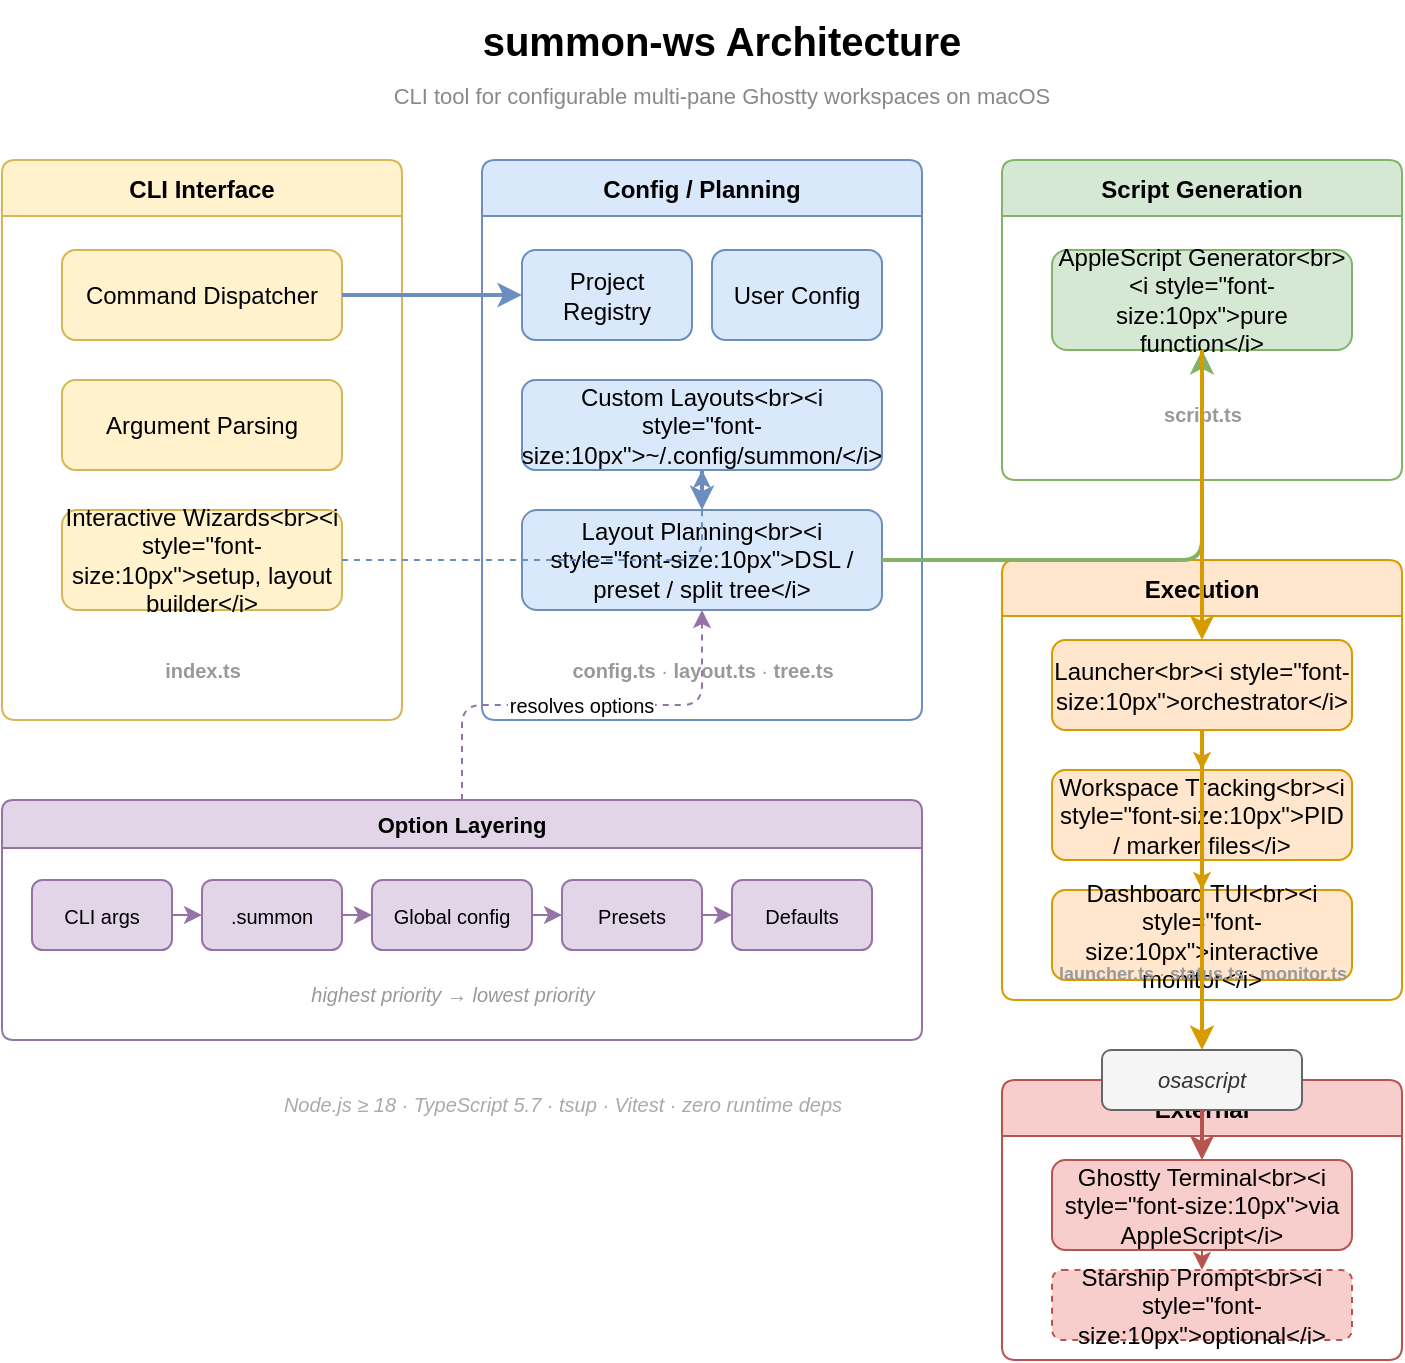
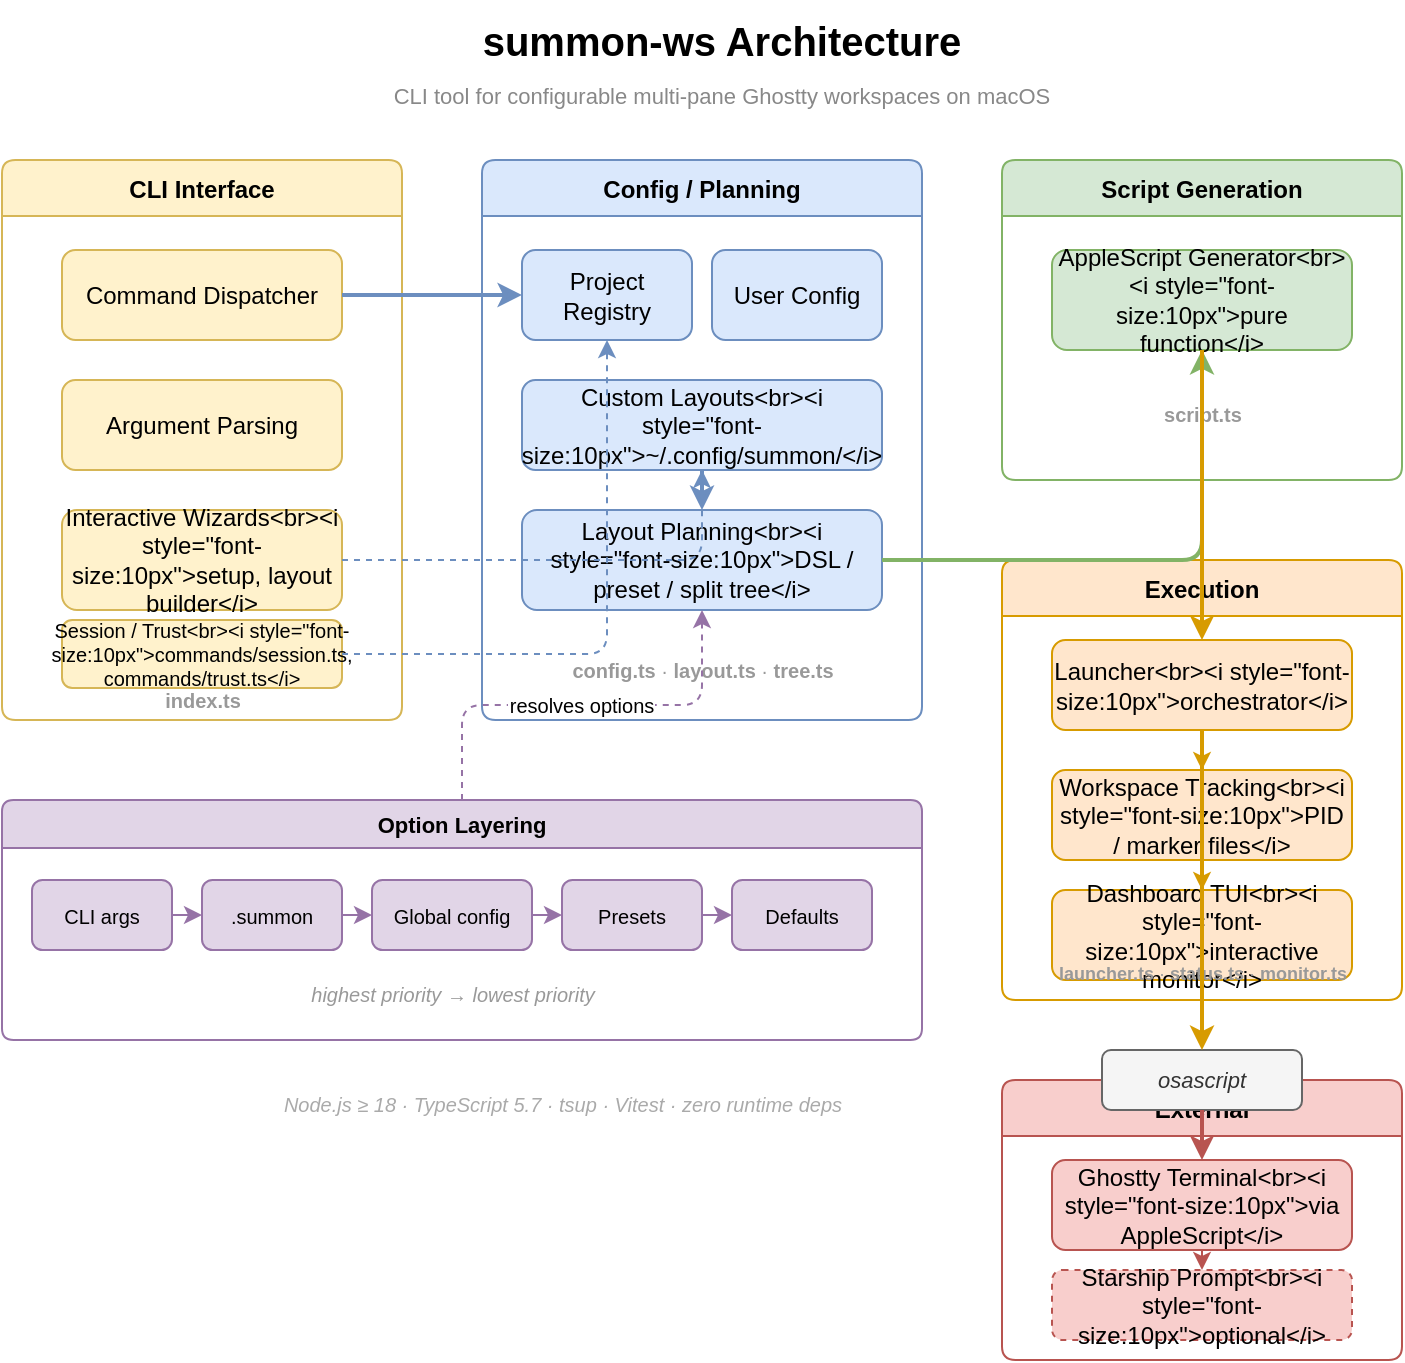
<mxGraphModel adaptiveColors="auto">
  <root>
    <mxCell id="0"/>
    <mxCell id="1" parent="0"/>
    <mxCell id="title" value="summon-ws Architecture" style="text;html=1;fontSize=20;fontStyle=1;align=center;verticalAlign=middle;whiteSpace=wrap;fillColor=none;strokeColor=none;" vertex="1" parent="1">
      <mxGeometry x="180" y="20" width="440" height="40" as="geometry"/>
    </mxCell>
    <mxCell id="subtitle" value="CLI tool for configurable multi-pane Ghostty workspaces on macOS" style="text;html=1;fontSize=11;align=center;verticalAlign=middle;whiteSpace=wrap;fillColor=none;strokeColor=none;fontColor=#888888;" vertex="1" parent="1">
      <mxGeometry x="180" y="55" width="440" height="25" as="geometry"/>
    </mxCell>
    <mxCell id="lane_cli" value="CLI Interface" style="swimlane;startSize=28;fillColor=#fff2cc;strokeColor=#d6b656;rounded=1;arcSize=8;fontStyle=1;fontSize=12;swimlaneLine=1;" vertex="1" parent="1">
      <mxGeometry x="40" y="100" width="200" height="280" as="geometry"/>
    </mxCell>
    <mxCell id="cli_dispatch" value="Command Dispatcher" style="rounded=1;whiteSpace=wrap;fillColor=#fff2cc;strokeColor=#d6b656;" vertex="1" parent="lane_cli">
      <mxGeometry x="30" y="45" width="140" height="45" as="geometry"/>
    </mxCell>
    <mxCell id="cli_args" value="Argument Parsing" style="rounded=1;whiteSpace=wrap;fillColor=#fff2cc;strokeColor=#d6b656;" vertex="1" parent="lane_cli">
      <mxGeometry x="30" y="110" width="140" height="45" as="geometry"/>
    </mxCell>
    <mxCell id="cli_wizard" value="Interactive Wizards&lt;br&gt;&lt;i style=&quot;font-size:10px&quot;&gt;setup, layout builder&lt;/i&gt;" style="rounded=1;whiteSpace=wrap;fillColor=#fff2cc;strokeColor=#d6b656;" vertex="1" parent="lane_cli">
      <mxGeometry x="30" y="175" width="140" height="50" as="geometry"/>
    </mxCell>
+     <mxCell id="cli_session_trust" value="Session / Trust&lt;br&gt;&lt;i style=&quot;font-size:10px&quot;&gt;commands/session.ts, commands/trust.ts&lt;/i&gt;" style="rounded=1;whiteSpace=wrap;fillColor=#fff2cc;strokeColor=#d6b656;fontSize=10;" vertex="1" parent="lane_cli">
+       <mxGeometry x="30" y="230" width="140" height="34" as="geometry"/>
+     </mxCell>
    <mxCell id="cli_file" value="&lt;b&gt;index.ts&lt;/b&gt;" style="text;html=1;fontSize=10;align=center;fillColor=none;strokeColor=none;fontColor=#999999;" vertex="1" parent="lane_cli">
-       <mxGeometry x="50" y="243" width="100" height="20" as="geometry"/>
+       <mxGeometry x="50" y="258" width="100" height="18" as="geometry"/>
    </mxCell>
    <mxCell id="lane_config" value="Config / Planning" style="swimlane;startSize=28;fillColor=#dae8fc;strokeColor=#6c8ebf;rounded=1;arcSize=8;fontStyle=1;fontSize=12;swimlaneLine=1;" vertex="1" parent="1">
      <mxGeometry x="280" y="100" width="220" height="280" as="geometry"/>
    </mxCell>
    <mxCell id="config_registry" value="Project Registry" style="rounded=1;whiteSpace=wrap;fillColor=#dae8fc;strokeColor=#6c8ebf;" vertex="1" parent="lane_config">
      <mxGeometry x="20" y="45" width="85" height="45" as="geometry"/>
    </mxCell>
    <mxCell id="config_user" value="User Config" style="rounded=1;whiteSpace=wrap;fillColor=#dae8fc;strokeColor=#6c8ebf;" vertex="1" parent="lane_config">
      <mxGeometry x="115" y="45" width="85" height="45" as="geometry"/>
    </mxCell>
    <mxCell id="config_layouts" value="Custom Layouts&lt;br&gt;&lt;i style=&quot;font-size:10px&quot;&gt;~/.config/summon/&lt;/i&gt;" style="rounded=1;whiteSpace=wrap;fillColor=#dae8fc;strokeColor=#6c8ebf;" vertex="1" parent="lane_config">
      <mxGeometry x="20" y="110" width="180" height="45" as="geometry"/>
    </mxCell>
    <mxCell id="config_layout_plan" value="Layout Planning&lt;br&gt;&lt;i style=&quot;font-size:10px&quot;&gt;DSL / preset / split tree&lt;/i&gt;" style="rounded=1;whiteSpace=wrap;fillColor=#dae8fc;strokeColor=#6c8ebf;" vertex="1" parent="lane_config">
      <mxGeometry x="20" y="175" width="180" height="50" as="geometry"/>
    </mxCell>
    <mxCell id="config_files" value="&lt;b&gt;config.ts&lt;/b&gt; &amp;middot; &lt;b&gt;layout.ts&lt;/b&gt; &amp;middot; &lt;b&gt;tree.ts&lt;/b&gt;" style="text;html=1;fontSize=10;align=center;fillColor=none;strokeColor=none;fontColor=#999999;" vertex="1" parent="lane_config">
      <mxGeometry x="10" y="243" width="200" height="20" as="geometry"/>
    </mxCell>
    <mxCell id="lane_script" value="Script Generation" style="swimlane;startSize=28;fillColor=#d5e8d4;strokeColor=#82b366;rounded=1;arcSize=8;fontStyle=1;fontSize=12;swimlaneLine=1;" vertex="1" parent="1">
      <mxGeometry x="540" y="100" width="200" height="160" as="geometry"/>
    </mxCell>
    <mxCell id="script_gen" value="AppleScript Generator&lt;br&gt;&lt;i style=&quot;font-size:10px&quot;&gt;pure function&lt;/i&gt;" style="rounded=1;whiteSpace=wrap;fillColor=#d5e8d4;strokeColor=#82b366;" vertex="1" parent="lane_script">
      <mxGeometry x="25" y="45" width="150" height="50" as="geometry"/>
    </mxCell>
    <mxCell id="script_file" value="&lt;b&gt;script.ts&lt;/b&gt;" style="text;html=1;fontSize=10;align=center;fillColor=none;strokeColor=none;fontColor=#999999;" vertex="1" parent="lane_script">
      <mxGeometry x="50" y="115" width="100" height="20" as="geometry"/>
    </mxCell>
    <mxCell id="lane_exec" value="Execution" style="swimlane;startSize=28;fillColor=#ffe6cc;strokeColor=#d79b00;rounded=1;arcSize=8;fontStyle=1;fontSize=12;swimlaneLine=1;" vertex="1" parent="1">
      <mxGeometry x="540" y="300" width="200" height="220" as="geometry"/>
    </mxCell>
    <mxCell id="exec_launcher" value="Launcher&lt;br&gt;&lt;i style=&quot;font-size:10px&quot;&gt;orchestrator&lt;/i&gt;" style="rounded=1;whiteSpace=wrap;fillColor=#ffe6cc;strokeColor=#d79b00;" vertex="1" parent="lane_exec">
      <mxGeometry x="25" y="40" width="150" height="45" as="geometry"/>
    </mxCell>
    <mxCell id="exec_status" value="Workspace Tracking&lt;br&gt;&lt;i style=&quot;font-size:10px&quot;&gt;PID / marker files&lt;/i&gt;" style="rounded=1;whiteSpace=wrap;fillColor=#ffe6cc;strokeColor=#d79b00;" vertex="1" parent="lane_exec">
      <mxGeometry x="25" y="105" width="150" height="45" as="geometry"/>
    </mxCell>
    <mxCell id="exec_monitor" value="Dashboard TUI&lt;br&gt;&lt;i style=&quot;font-size:10px&quot;&gt;interactive monitor&lt;/i&gt;" style="rounded=1;whiteSpace=wrap;fillColor=#ffe6cc;strokeColor=#d79b00;" vertex="1" parent="lane_exec">
      <mxGeometry x="25" y="165" width="150" height="45" as="geometry"/>
    </mxCell>
    <mxCell id="exec_files" value="&lt;b&gt;launcher.ts&lt;/b&gt; &amp;middot; &lt;b&gt;status.ts&lt;/b&gt; &amp;middot; &lt;b&gt;monitor.ts&lt;/b&gt;" style="text;html=1;fontSize=9;align=center;fillColor=none;strokeColor=none;fontColor=#999999;" vertex="1" parent="lane_exec">
      <mxGeometry x="5" y="195" width="190" height="20" as="geometry"/>
    </mxCell>
    <mxCell id="lane_ext" value="External" style="swimlane;startSize=28;fillColor=#f8cecc;strokeColor=#b85450;rounded=1;arcSize=8;fontStyle=1;fontSize=12;swimlaneLine=1;" vertex="1" parent="1">
      <mxGeometry x="540" y="560" width="200" height="140" as="geometry"/>
    </mxCell>
    <mxCell id="ext_ghostty" value="Ghostty Terminal&lt;br&gt;&lt;i style=&quot;font-size:10px&quot;&gt;via AppleScript&lt;/i&gt;" style="rounded=1;whiteSpace=wrap;fillColor=#f8cecc;strokeColor=#b85450;" vertex="1" parent="lane_ext">
      <mxGeometry x="25" y="40" width="150" height="45" as="geometry"/>
    </mxCell>
    <mxCell id="ext_starship" value="Starship Prompt&lt;br&gt;&lt;i style=&quot;font-size:10px&quot;&gt;optional&lt;/i&gt;" style="rounded=1;whiteSpace=wrap;fillColor=#f8cecc;strokeColor=#b85450;dashed=1;" vertex="1" parent="lane_ext">
      <mxGeometry x="25" y="95" width="150" height="35" as="geometry"/>
    </mxCell>
    <mxCell id="opt_layer" value="Option Layering" style="swimlane;startSize=24;fillColor=#e1d5e7;strokeColor=#9673a6;rounded=1;arcSize=8;fontStyle=1;fontSize=11;swimlaneLine=1;" vertex="1" parent="1">
      <mxGeometry x="40" y="420" width="460" height="120" as="geometry"/>
    </mxCell>
    <mxCell id="layer_cli_opt" value="CLI args" style="rounded=1;whiteSpace=wrap;fillColor=#e1d5e7;strokeColor=#9673a6;fontSize=10;" vertex="1" parent="opt_layer">
      <mxGeometry x="15" y="40" width="70" height="35" as="geometry"/>
    </mxCell>
    <mxCell id="layer_summon" value=".summon" style="rounded=1;whiteSpace=wrap;fillColor=#e1d5e7;strokeColor=#9673a6;fontSize=10;" vertex="1" parent="opt_layer">
      <mxGeometry x="100" y="40" width="70" height="35" as="geometry"/>
    </mxCell>
    <mxCell id="layer_global" value="Global config" style="rounded=1;whiteSpace=wrap;fillColor=#e1d5e7;strokeColor=#9673a6;fontSize=10;" vertex="1" parent="opt_layer">
      <mxGeometry x="185" y="40" width="80" height="35" as="geometry"/>
    </mxCell>
    <mxCell id="layer_presets" value="Presets" style="rounded=1;whiteSpace=wrap;fillColor=#e1d5e7;strokeColor=#9673a6;fontSize=10;" vertex="1" parent="opt_layer">
      <mxGeometry x="280" y="40" width="70" height="35" as="geometry"/>
    </mxCell>
    <mxCell id="layer_defaults" value="Defaults" style="rounded=1;whiteSpace=wrap;fillColor=#e1d5e7;strokeColor=#9673a6;fontSize=10;" vertex="1" parent="opt_layer">
      <mxGeometry x="365" y="40" width="70" height="35" as="geometry"/>
    </mxCell>
    <mxCell id="layer_arrow1" value="" style="edgeStyle=orthogonalEdgeStyle;strokeColor=#9673a6;fontSize=10;" edge="1" source="layer_cli_opt" target="layer_summon" parent="opt_layer">
      <mxGeometry relative="1" as="geometry"/>
    </mxCell>
    <mxCell id="layer_arrow2" value="" style="edgeStyle=orthogonalEdgeStyle;strokeColor=#9673a6;fontSize=10;" edge="1" source="layer_summon" target="layer_global" parent="opt_layer">
      <mxGeometry relative="1" as="geometry"/>
    </mxCell>
    <mxCell id="layer_arrow3" value="" style="edgeStyle=orthogonalEdgeStyle;strokeColor=#9673a6;fontSize=10;" edge="1" source="layer_global" target="layer_presets" parent="opt_layer">
      <mxGeometry relative="1" as="geometry"/>
    </mxCell>
    <mxCell id="layer_arrow4" value="" style="edgeStyle=orthogonalEdgeStyle;strokeColor=#9673a6;fontSize=10;" edge="1" source="layer_presets" target="layer_defaults" parent="opt_layer">
      <mxGeometry relative="1" as="geometry"/>
    </mxCell>
    <mxCell id="layer_label" value="&lt;i&gt;highest priority &amp;rarr; lowest priority&lt;/i&gt;" style="text;html=1;fontSize=10;align=center;fillColor=none;strokeColor=none;fontColor=#999999;" vertex="1" parent="opt_layer">
      <mxGeometry x="100" y="85" width="250" height="20" as="geometry"/>
    </mxCell>
    <mxCell id="osascript_box" value="osascript" style="rounded=1;whiteSpace=wrap;fillColor=#f5f5f5;strokeColor=#666666;fontColor=#333333;fontSize=11;fontStyle=2;" vertex="1" parent="1">
      <mxGeometry x="590" y="545" width="100" height="30" as="geometry"/>
    </mxCell>
    <mxCell id="edge_cli_config" value="" style="edgeStyle=orthogonalEdgeStyle;strokeColor=#6c8ebf;strokeWidth=2;" edge="1" source="cli_dispatch" target="config_registry" parent="1">
      <mxGeometry relative="1" as="geometry"/>
    </mxCell>
    <mxCell id="edge_cli_wizard_config" value="" style="edgeStyle=orthogonalEdgeStyle;strokeColor=#6c8ebf;strokeWidth=1;dashed=1;" edge="1" source="cli_wizard" target="config_layouts" parent="1">
      <mxGeometry relative="1" as="geometry"/>
    </mxCell>
+     <mxCell id="edge_cli_session_config" value="" style="edgeStyle=orthogonalEdgeStyle;strokeColor=#6c8ebf;strokeWidth=1;dashed=1;" edge="1" source="cli_session_trust" target="config_registry" parent="1">
+       <mxGeometry relative="1" as="geometry"/>
+     </mxCell>
    <mxCell id="edge_config_layout" value="" style="edgeStyle=orthogonalEdgeStyle;strokeColor=#6c8ebf;strokeWidth=2;" edge="1" source="config_layouts" target="config_layout_plan" parent="1">
      <mxGeometry relative="1" as="geometry"/>
    </mxCell>
    <mxCell id="edge_layout_script" value="" style="edgeStyle=orthogonalEdgeStyle;strokeColor=#82b366;strokeWidth=2;" edge="1" source="config_layout_plan" target="script_gen" parent="1">
      <mxGeometry relative="1" as="geometry"/>
    </mxCell>
    <mxCell id="edge_script_launcher" value="" style="edgeStyle=orthogonalEdgeStyle;strokeColor=#d79b00;strokeWidth=2;" edge="1" source="script_gen" target="exec_launcher" parent="1">
      <mxGeometry relative="1" as="geometry"/>
    </mxCell>
    <mxCell id="edge_launcher_osascript" value="" style="edgeStyle=orthogonalEdgeStyle;strokeColor=#d79b00;strokeWidth=2;" edge="1" source="exec_launcher" target="osascript_box" parent="1">
      <mxGeometry relative="1" as="geometry"/>
    </mxCell>
    <mxCell id="edge_osascript_ghostty" value="" style="edgeStyle=orthogonalEdgeStyle;strokeColor=#b85450;strokeWidth=2;" edge="1" source="osascript_box" target="ext_ghostty" parent="1">
      <mxGeometry relative="1" as="geometry"/>
    </mxCell>
    <mxCell id="edge_launcher_status" value="" style="edgeStyle=orthogonalEdgeStyle;strokeColor=#d79b00;strokeWidth=1;dashed=1;" edge="1" source="exec_launcher" target="exec_status" parent="1">
      <mxGeometry relative="1" as="geometry"/>
    </mxCell>
    <mxCell id="edge_status_monitor" value="" style="edgeStyle=orthogonalEdgeStyle;strokeColor=#d79b00;strokeWidth=1;dashed=1;" edge="1" source="exec_status" target="exec_monitor" parent="1">
      <mxGeometry relative="1" as="geometry"/>
    </mxCell>
    <mxCell id="edge_ghostty_starship" value="" style="edgeStyle=orthogonalEdgeStyle;strokeColor=#b85450;strokeWidth=1;dashed=1;" edge="1" source="ext_ghostty" target="ext_starship" parent="1">
      <mxGeometry relative="1" as="geometry"/>
    </mxCell>
    <mxCell id="edge_optlayer_layout" value="resolves options" style="edgeStyle=orthogonalEdgeStyle;strokeColor=#9673a6;strokeWidth=1;dashed=1;fontSize=10;" edge="1" source="opt_layer" target="config_layout_plan" parent="1">
      <mxGeometry relative="1" as="geometry"/>
    </mxCell>
    <mxCell id="tech_label" value="&lt;i&gt;Node.js &amp;ge; 18 &amp;middot; TypeScript 5.7 &amp;middot; tsup &amp;middot; Vitest &amp;middot; zero runtime deps&lt;/i&gt;" style="text;html=1;fontSize=10;align=center;fillColor=none;strokeColor=none;fontColor=#aaaaaa;" vertex="1" parent="1">
      <mxGeometry x="140" y="560" width="360" height="20" as="geometry"/>
    </mxCell>
  </root>
- </mxGraphModel>+ </mxGraphModel>
